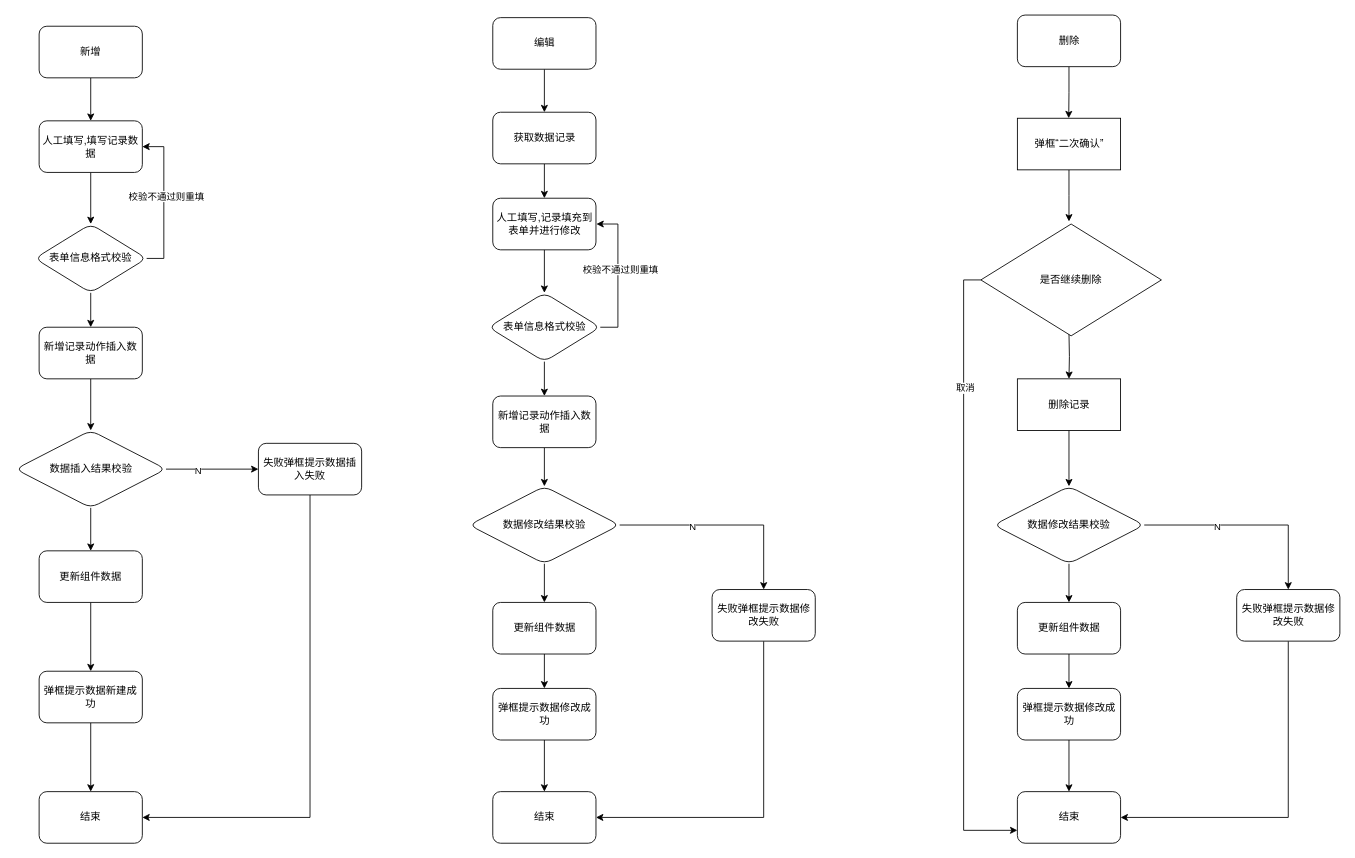
Above: 增删改.drawio in hey-weixy/diagrams (draw.io), before the change. Source tidied: cells renumbered, new cells numbered last; positions are measured from the earlier drawing's top-left corner, leaving out a move shared by most shapes. Both pictures are drawn from the tidied source at 86%, with x=0, y=0 at pixel (15, 15).
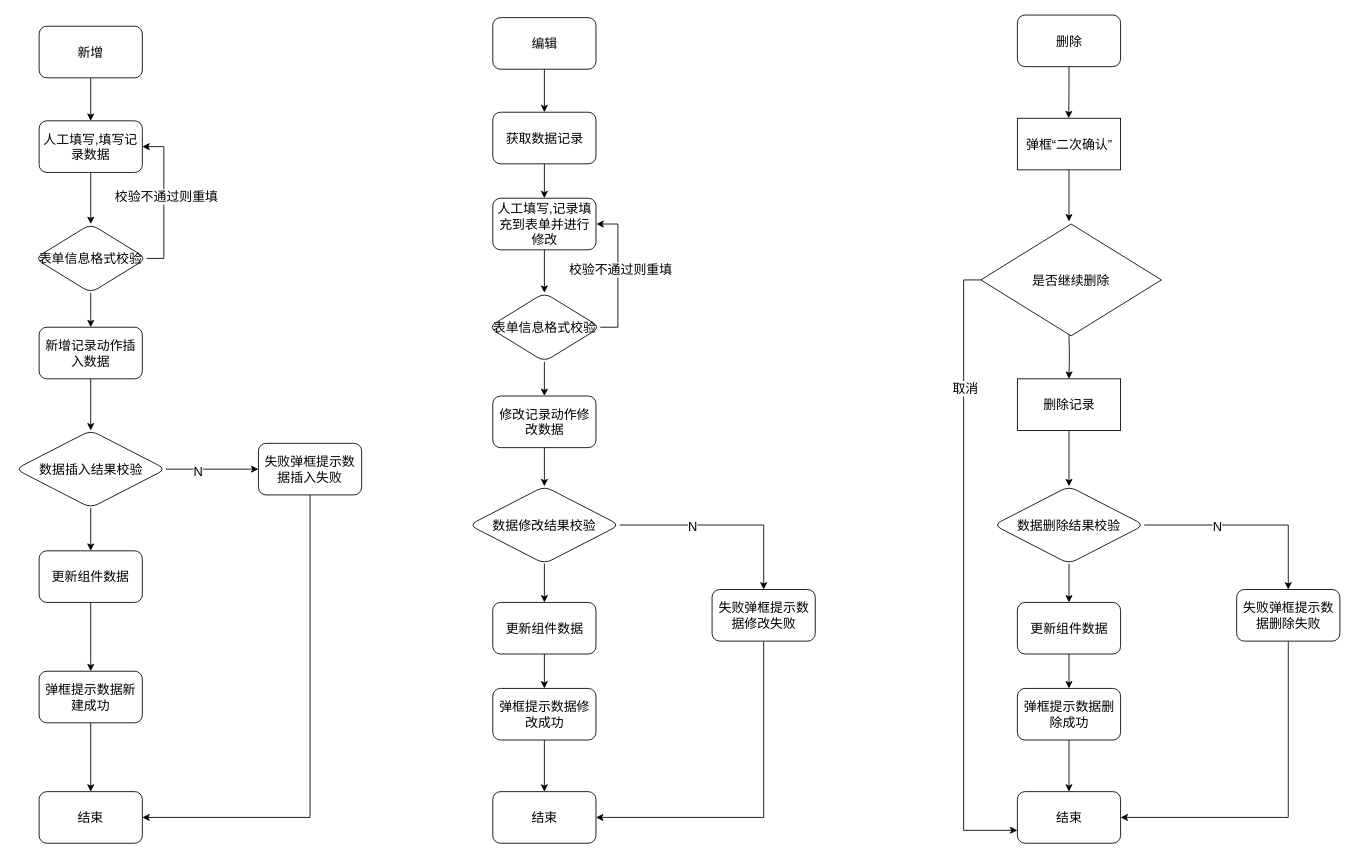
The same diagram, later.

The edit, as a diff of the source:
```diff
@@
-    <mxCell id="2" style="edgeStyle=orthogonalEdgeStyle;rounded=0;jettySize=auto;html=1;" parent="1" edge="1" source="3" target="5">
+    <mxCell id="2" style="edgeStyle=orthogonalEdgeStyle;rounded=0;jettySize=auto;html=1;fontSize=15;" parent="1" edge="1" source="3" target="5">
       <mxGeometry relative="1" as="geometry" />
     </mxCell>
-    <mxCell id="3" value="新增" style="rounded=1;whiteSpace=wrap;html=1;" parent="1" vertex="1">
+    <mxCell id="3" value="新增" style="rounded=1;whiteSpace=wrap;html=1;fontSize=15;" parent="1" vertex="1">
       <mxGeometry x="28" y="13" width="120" height="60" as="geometry" />
     </mxCell>
-    <mxCell id="4" style="edgeStyle=orthogonalEdgeStyle;rounded=0;jettySize=auto;html=1;" parent="1" edge="1" source="5" target="9">
+    <mxCell id="4" style="edgeStyle=orthogonalEdgeStyle;rounded=0;jettySize=auto;html=1;fontSize=15;" parent="1" edge="1" source="5" target="9">
       <mxGeometry relative="1" as="geometry" />
     </mxCell>
-    <mxCell id="5" value="人工填写,填写记录数据" style="whiteSpace=wrap;html=1;rounded=1;" parent="1" vertex="1">
+    <mxCell id="5" value="人工填写,填写记录数据" style="whiteSpace=wrap;html=1;rounded=1;fontSize=15;" parent="1" vertex="1">
       <mxGeometry x="28" y="123" width="120" height="60" as="geometry" />
     </mxCell>
-    <mxCell id="6" style="edgeStyle=orthogonalEdgeStyle;rounded=0;jettySize=auto;html=1;exitX=1;exitY=0.5;exitDx=0;exitDy=0;" parent="1" edge="1" source="9">
+    <mxCell id="6" style="edgeStyle=orthogonalEdgeStyle;rounded=0;jettySize=auto;html=1;exitX=1;exitY=0.5;exitDx=0;exitDy=0;fontSize=15;" parent="1" edge="1" source="9">
       <mxGeometry relative="1" as="geometry">
         <mxPoint x="148" y="153" as="targetPoint" />
         <Array as="points">
           <mxPoint x="173" y="283" />
           <mxPoint x="173" y="153" />
         </Array>
       </mxGeometry>
     </mxCell>
-    <mxCell id="7" value="校验不通过则重填" style="edgeLabel;html=1;align=center;verticalAlign=middle;" parent="6" vertex="1">
+    <mxCell id="7" value="校验不通过则重填" style="edgeLabel;html=1;align=center;verticalAlign=middle;fontSize=15;" parent="6" vertex="1">
       <mxGeometry x="0.06" y="-2" relative="1" as="geometry" />
     </mxCell>
-    <mxCell id="8" style="edgeStyle=orthogonalEdgeStyle;rounded=0;jettySize=auto;html=1;" parent="1" edge="1" source="9" target="11">
+    <mxCell id="8" style="edgeStyle=orthogonalEdgeStyle;rounded=0;jettySize=auto;html=1;fontSize=15;" parent="1" edge="1" source="9" target="11">
       <mxGeometry relative="1" as="geometry" />
     </mxCell>
-    <mxCell id="9" value="表单信息格式校验" style="rhombus;whiteSpace=wrap;html=1;rounded=1;" parent="1" vertex="1">
+    <mxCell id="9" value="表单信息格式校验" style="rhombus;whiteSpace=wrap;html=1;rounded=1;fontSize=15;" parent="1" vertex="1">
       <mxGeometry x="23" y="243" width="130" height="80" as="geometry" />
     </mxCell>
-    <mxCell id="10" style="edgeStyle=orthogonalEdgeStyle;rounded=0;jettySize=auto;html=1;" parent="1" edge="1" source="11" target="15">
+    <mxCell id="10" style="edgeStyle=orthogonalEdgeStyle;rounded=0;jettySize=auto;html=1;fontSize=15;" parent="1" edge="1" source="11" target="15">
       <mxGeometry relative="1" as="geometry" />
     </mxCell>
-    <mxCell id="11" value="新增记录动作插入数据" style="rounded=1;whiteSpace=wrap;html=1;" parent="1" vertex="1">
+    <mxCell id="11" value="新增记录动作插入数据" style="rounded=1;whiteSpace=wrap;html=1;fontSize=15;" parent="1" vertex="1">
       <mxGeometry x="28" y="363" width="120" height="60" as="geometry" />
     </mxCell>
-    <mxCell id="12" style="edgeStyle=orthogonalEdgeStyle;rounded=0;jettySize=auto;html=1;" parent="1" edge="1" source="15" target="17">
+    <mxCell id="12" style="edgeStyle=orthogonalEdgeStyle;rounded=0;jettySize=auto;html=1;fontSize=15;" parent="1" edge="1" source="15" target="17">
       <mxGeometry relative="1" as="geometry" />
     </mxCell>
-    <mxCell id="13" value="N" style="edgeLabel;html=1;align=center;verticalAlign=middle;" parent="12" vertex="1">
+    <mxCell id="13" value="N" style="edgeLabel;html=1;align=center;verticalAlign=middle;fontSize=15;" parent="12" vertex="1">
       <mxGeometry x="-0.31" y="-1" relative="1" as="geometry" />
     </mxCell>
-    <mxCell id="14" style="edgeStyle=orthogonalEdgeStyle;rounded=0;jettySize=auto;html=1;" parent="1" edge="1" source="15" target="19">
+    <mxCell id="14" style="edgeStyle=orthogonalEdgeStyle;rounded=0;jettySize=auto;html=1;fontSize=15;" parent="1" edge="1" source="15" target="19">
       <mxGeometry relative="1" as="geometry" />
     </mxCell>
-    <mxCell id="15" value="数据插入结果校验" style="rhombus;whiteSpace=wrap;html=1;rounded=1;" parent="1" vertex="1">
+    <mxCell id="15" value="数据插入结果校验" style="rhombus;whiteSpace=wrap;html=1;rounded=1;fontSize=15;" parent="1" vertex="1">
       <mxGeometry x="0.5" y="483" width="175" height="90" as="geometry" />
     </mxCell>
-    <mxCell id="16" style="edgeStyle=orthogonalEdgeStyle;rounded=0;jettySize=auto;html=1;entryX=1;entryY=0.5;entryDx=0;entryDy=0;" parent="1" edge="1" source="17" target="22">
+    <mxCell id="16" style="edgeStyle=orthogonalEdgeStyle;rounded=0;jettySize=auto;html=1;entryX=1;entryY=0.5;entryDx=0;entryDy=0;fontSize=15;" parent="1" edge="1" source="17" target="22">
       <mxGeometry relative="1" as="geometry">
         <Array as="points">
           <mxPoint x="343" y="933" />
         </Array>
       </mxGeometry>
     </mxCell>
-    <mxCell id="17" value="失败弹框提示数据插入失败" style="whiteSpace=wrap;html=1;rounded=1;" parent="1" vertex="1">
+    <mxCell id="17" value="失败弹框提示数据插入失败" style="whiteSpace=wrap;html=1;rounded=1;fontSize=15;" parent="1" vertex="1">
       <mxGeometry x="283" y="498" width="120" height="60" as="geometry" />
     </mxCell>
-    <mxCell id="18" style="edgeStyle=orthogonalEdgeStyle;rounded=0;jettySize=auto;html=1;" parent="1" edge="1" source="19" target="21">
+    <mxCell id="18" style="edgeStyle=orthogonalEdgeStyle;rounded=0;jettySize=auto;html=1;fontSize=15;" parent="1" edge="1" source="19" target="21">
       <mxGeometry relative="1" as="geometry" />
     </mxCell>
-    <mxCell id="19" value="更新组件数据" style="rounded=1;whiteSpace=wrap;html=1;" parent="1" vertex="1">
+    <mxCell id="19" value="更新组件数据" style="rounded=1;whiteSpace=wrap;html=1;fontSize=15;" parent="1" vertex="1">
       <mxGeometry x="28" y="623" width="120" height="60" as="geometry" />
     </mxCell>
-    <mxCell id="20" style="edgeStyle=orthogonalEdgeStyle;rounded=0;jettySize=auto;html=1;" parent="1" edge="1" source="21" target="22">
+    <mxCell id="20" style="edgeStyle=orthogonalEdgeStyle;rounded=0;jettySize=auto;html=1;fontSize=15;" parent="1" edge="1" source="21" target="22">
       <mxGeometry relative="1" as="geometry" />
     </mxCell>
-    <mxCell id="21" value="弹框提示数据新建成功" style="rounded=1;whiteSpace=wrap;html=1;" parent="1" vertex="1">
+    <mxCell id="21" value="弹框提示数据新建成功" style="rounded=1;whiteSpace=wrap;html=1;fontSize=15;" parent="1" vertex="1">
       <mxGeometry x="28" y="763" width="120" height="60" as="geometry" />
     </mxCell>
-    <mxCell id="22" value="结束" style="whiteSpace=wrap;html=1;rounded=1;" parent="1" vertex="1">
+    <mxCell id="22" value="结束" style="whiteSpace=wrap;html=1;rounded=1;fontSize=15;" parent="1" vertex="1">
       <mxGeometry x="28" y="903" width="120" height="60" as="geometry" />
     </mxCell>
-    <mxCell id="23" style="edgeStyle=orthogonalEdgeStyle;rounded=0;jettySize=auto;html=1;" parent="1" edge="1" source="24" target="45">
+    <mxCell id="23" style="edgeStyle=orthogonalEdgeStyle;rounded=0;jettySize=auto;html=1;fontSize=15;" parent="1" edge="1" source="24" target="45">
       <mxGeometry relative="1" as="geometry" />
     </mxCell>
-    <mxCell id="24" value="编辑" style="rounded=1;whiteSpace=wrap;html=1;" parent="1" vertex="1">
+    <mxCell id="24" value="编辑" style="rounded=1;whiteSpace=wrap;html=1;fontSize=15;" parent="1" vertex="1">
       <mxGeometry x="555.5" y="3" width="120" height="60" as="geometry" />
     </mxCell>
-    <mxCell id="25" style="edgeStyle=orthogonalEdgeStyle;rounded=0;jettySize=auto;html=1;" parent="1" edge="1" source="26" target="30">
+    <mxCell id="25" style="edgeStyle=orthogonalEdgeStyle;rounded=0;jettySize=auto;html=1;fontSize=15;" parent="1" edge="1" source="26" target="30">
       <mxGeometry relative="1" as="geometry" />
     </mxCell>
-    <mxCell id="26" value="人工填写,记录填充到表单并进行修改" style="whiteSpace=wrap;html=1;rounded=1;" parent="1" vertex="1">
+    <mxCell id="26" value="人工填写,记录填充到表单并进行修改" style="whiteSpace=wrap;html=1;rounded=1;fontSize=15;" parent="1" vertex="1">
       <mxGeometry x="555.5" y="213" width="120" height="60" as="geometry" />
     </mxCell>
-    <mxCell id="27" style="edgeStyle=orthogonalEdgeStyle;rounded=0;jettySize=auto;html=1;exitX=1;exitY=0.5;exitDx=0;exitDy=0;" parent="1" edge="1" source="30">
+    <mxCell id="27" style="edgeStyle=orthogonalEdgeStyle;rounded=0;jettySize=auto;html=1;exitX=1;exitY=0.5;exitDx=0;exitDy=0;fontSize=15;" parent="1" edge="1" source="30">
       <mxGeometry relative="1" as="geometry">
         <mxPoint x="676" y="243" as="targetPoint" />
         <Array as="points">
           <mxPoint x="701" y="363" />
           <mxPoint x="701" y="243" />
           <mxPoint x="676" y="243" />
         </Array>
       </mxGeometry>
     </mxCell>
-    <mxCell id="28" value="校验不通过则重填" style="edgeLabel;html=1;align=center;verticalAlign=middle;" parent="27" vertex="1">
+    <mxCell id="28" value="校验不通过则重填" style="edgeLabel;html=1;align=center;verticalAlign=middle;fontSize=15;" parent="27" vertex="1">
       <mxGeometry x="0.06" y="-2" relative="1" as="geometry" />
     </mxCell>
-    <mxCell id="29" style="edgeStyle=orthogonalEdgeStyle;rounded=0;jettySize=auto;html=1;" parent="1" edge="1" source="30" target="32">
+    <mxCell id="29" style="edgeStyle=orthogonalEdgeStyle;rounded=0;jettySize=auto;html=1;fontSize=15;" parent="1" edge="1" source="30" target="32">
       <mxGeometry relative="1" as="geometry" />
     </mxCell>
-    <mxCell id="30" value="表单信息格式校验" style="rhombus;whiteSpace=wrap;html=1;rounded=1;" parent="1" vertex="1">
+    <mxCell id="30" value="表单信息格式校验" style="rhombus;whiteSpace=wrap;html=1;rounded=1;fontSize=15;" parent="1" vertex="1">
       <mxGeometry x="550.5" y="323" width="130" height="80" as="geometry" />
     </mxCell>
-    <mxCell id="31" style="edgeStyle=orthogonalEdgeStyle;rounded=0;jettySize=auto;html=1;" parent="1" edge="1" source="32" target="36">
+    <mxCell id="31" style="edgeStyle=orthogonalEdgeStyle;rounded=0;jettySize=auto;html=1;fontSize=15;" parent="1" edge="1" source="32" target="36">
       <mxGeometry relative="1" as="geometry" />
     </mxCell>
-    <mxCell id="32" value="新增记录动作插入数据" style="rounded=1;whiteSpace=wrap;html=1;" parent="1" vertex="1">
+    <mxCell id="32" value="修改记录动作修改数据" style="rounded=1;whiteSpace=wrap;html=1;fontSize=15;" parent="1" vertex="1">
       <mxGeometry x="555.5" y="443" width="120" height="60" as="geometry" />
     </mxCell>
-    <mxCell id="33" style="edgeStyle=orthogonalEdgeStyle;rounded=0;jettySize=auto;html=1;" parent="1" edge="1" source="36" target="38">
+    <mxCell id="33" style="edgeStyle=orthogonalEdgeStyle;rounded=0;jettySize=auto;html=1;fontSize=15;" parent="1" edge="1" source="36" target="38">
       <mxGeometry relative="1" as="geometry" />
     </mxCell>
-    <mxCell id="34" value="N" style="edgeLabel;html=1;align=center;verticalAlign=middle;" parent="33" vertex="1">
+    <mxCell id="34" value="N" style="edgeLabel;html=1;align=center;verticalAlign=middle;fontSize=15;" parent="33" vertex="1">
       <mxGeometry x="-0.31" y="-1" relative="1" as="geometry" />
     </mxCell>
-    <mxCell id="35" style="edgeStyle=orthogonalEdgeStyle;rounded=0;jettySize=auto;html=1;" parent="1" edge="1" source="36" target="40">
+    <mxCell id="35" style="edgeStyle=orthogonalEdgeStyle;rounded=0;jettySize=auto;html=1;fontSize=15;" parent="1" edge="1" source="36" target="40">
       <mxGeometry relative="1" as="geometry" />
     </mxCell>
-    <mxCell id="36" value="数据修改结果校验" style="rhombus;whiteSpace=wrap;html=1;rounded=1;" parent="1" vertex="1">
+    <mxCell id="36" value="数据修改结果校验" style="rhombus;whiteSpace=wrap;html=1;rounded=1;fontSize=15;" parent="1" vertex="1">
       <mxGeometry x="528" y="548" width="175" height="90" as="geometry" />
     </mxCell>
-    <mxCell id="37" style="edgeStyle=orthogonalEdgeStyle;rounded=0;jettySize=auto;html=1;entryX=1;entryY=0.5;entryDx=0;entryDy=0;" parent="1" edge="1" source="38" target="43">
+    <mxCell id="37" style="edgeStyle=orthogonalEdgeStyle;rounded=0;jettySize=auto;html=1;entryX=1;entryY=0.5;entryDx=0;entryDy=0;fontSize=15;" parent="1" edge="1" source="38" target="43">
       <mxGeometry relative="1" as="geometry">
         <Array as="points">
           <mxPoint x="871" y="933" />
         </Array>
       </mxGeometry>
     </mxCell>
-    <mxCell id="38" value="失败弹框提示数据修改失败" style="whiteSpace=wrap;html=1;rounded=1;" parent="1" vertex="1">
+    <mxCell id="38" value="失败弹框提示数据修改失败" style="whiteSpace=wrap;html=1;rounded=1;fontSize=15;" parent="1" vertex="1">
       <mxGeometry x="810.5" y="668" width="120" height="60" as="geometry" />
     </mxCell>
-    <mxCell id="39" style="edgeStyle=orthogonalEdgeStyle;rounded=0;jettySize=auto;html=1;" parent="1" edge="1" source="40" target="42">
+    <mxCell id="39" style="edgeStyle=orthogonalEdgeStyle;rounded=0;jettySize=auto;html=1;fontSize=15;" parent="1" edge="1" source="40" target="42">
       <mxGeometry relative="1" as="geometry" />
     </mxCell>
-    <mxCell id="40" value="更新组件数据" style="rounded=1;whiteSpace=wrap;html=1;" parent="1" vertex="1">
+    <mxCell id="40" value="更新组件数据" style="rounded=1;whiteSpace=wrap;html=1;fontSize=15;" parent="1" vertex="1">
       <mxGeometry x="555.5" y="683" width="120" height="60" as="geometry" />
     </mxCell>
-    <mxCell id="41" style="edgeStyle=orthogonalEdgeStyle;rounded=0;jettySize=auto;html=1;" parent="1" edge="1" source="42" target="43">
+    <mxCell id="41" style="edgeStyle=orthogonalEdgeStyle;rounded=0;jettySize=auto;html=1;fontSize=15;" parent="1" edge="1" source="42" target="43">
       <mxGeometry relative="1" as="geometry" />
     </mxCell>
-    <mxCell id="42" value="弹框提示数据修改成功" style="rounded=1;whiteSpace=wrap;html=1;" parent="1" vertex="1">
+    <mxCell id="42" value="弹框提示数据修改成功" style="rounded=1;whiteSpace=wrap;html=1;fontSize=15;" parent="1" vertex="1">
       <mxGeometry x="555.5" y="783" width="120" height="60" as="geometry" />
     </mxCell>
-    <mxCell id="43" value="结束" style="whiteSpace=wrap;html=1;rounded=1;" parent="1" vertex="1">
+    <mxCell id="43" value="结束" style="whiteSpace=wrap;html=1;rounded=1;fontSize=15;" parent="1" vertex="1">
       <mxGeometry x="555.5" y="903" width="120" height="60" as="geometry" />
     </mxCell>
-    <mxCell id="44" style="edgeStyle=orthogonalEdgeStyle;rounded=0;jettySize=auto;html=1;" parent="1" edge="1" source="45" target="26">
+    <mxCell id="44" style="edgeStyle=orthogonalEdgeStyle;rounded=0;jettySize=auto;html=1;fontSize=15;" parent="1" edge="1" source="45" target="26">
       <mxGeometry relative="1" as="geometry" />
     </mxCell>
-    <mxCell id="45" value="获取数据记录" style="rounded=1;whiteSpace=wrap;html=1;" parent="1" vertex="1">
+    <mxCell id="45" value="获取数据记录" style="rounded=1;whiteSpace=wrap;html=1;fontSize=15;" parent="1" vertex="1">
       <mxGeometry x="555.5" y="113" width="120" height="60" as="geometry" />
     </mxCell>
-    <mxCell id="46" style="edgeStyle=orthogonalEdgeStyle;rounded=0;jettySize=auto;html=1;exitX=0.5;exitY=1;exitDx=0;exitDy=0;" parent="1" edge="1" source="47">
+    <mxCell id="46" style="edgeStyle=orthogonalEdgeStyle;rounded=0;jettySize=auto;html=1;exitX=0.5;exitY=1;exitDx=0;exitDy=0;fontSize=15;" parent="1" edge="1" source="47">
       <mxGeometry relative="1" as="geometry">
         <mxPoint x="1225.2" y="120" as="targetPoint" />
       </mxGeometry>
     </mxCell>
-    <mxCell id="47" value="删除" style="rounded=1;whiteSpace=wrap;html=1;" parent="1" vertex="1">
+    <mxCell id="47" value="删除" style="rounded=1;whiteSpace=wrap;html=1;fontSize=15;" parent="1" vertex="1">
       <mxGeometry x="1165.5" width="120" height="60" as="geometry" />
     </mxCell>
-    <mxCell id="48" style="edgeStyle=orthogonalEdgeStyle;rounded=0;jettySize=auto;html=1;" parent="1" edge="1" source="49">
+    <mxCell id="48" style="edgeStyle=orthogonalEdgeStyle;rounded=0;jettySize=auto;html=1;fontSize=15;" parent="1" edge="1" source="49">
       <mxGeometry relative="1" as="geometry">
         <mxPoint x="1225.5" y="240" as="targetPoint" />
       </mxGeometry>
     </mxCell>
-    <mxCell id="49" value="弹框“二次确认”" style="rounded=0;whiteSpace=wrap;html=1;" parent="1" vertex="1">
+    <mxCell id="49" value="弹框“二次确认”" style="rounded=0;whiteSpace=wrap;html=1;fontSize=15;" parent="1" vertex="1">
       <mxGeometry x="1165.5" y="120" width="120" height="60" as="geometry" />
     </mxCell>
-    <mxCell id="50" style="edgeStyle=orthogonalEdgeStyle;rounded=0;jettySize=auto;html=1;" parent="1" edge="1" target="55">
+    <mxCell id="50" style="edgeStyle=orthogonalEdgeStyle;rounded=0;jettySize=auto;html=1;fontSize=15;" parent="1" edge="1" target="55">
       <mxGeometry relative="1" as="geometry">
         <mxPoint x="1225.5" y="370" as="sourcePoint" />
       </mxGeometry>
     </mxCell>
-    <mxCell id="51" style="edgeStyle=orthogonalEdgeStyle;rounded=0;jettySize=auto;html=1;entryX=0;entryY=0.75;entryDx=0;entryDy=0;" parent="1" edge="1" source="53" target="66">
+    <mxCell id="51" style="edgeStyle=orthogonalEdgeStyle;rounded=0;jettySize=auto;html=1;entryX=0;entryY=0.75;entryDx=0;entryDy=0;fontSize=15;" parent="1" edge="1" source="53" target="66">
       <mxGeometry relative="1" as="geometry">
         <Array as="points">
           <mxPoint x="1103" y="308" />
           <mxPoint x="1103" y="948" />
         </Array>
       </mxGeometry>
     </mxCell>
-    <mxCell id="52" value="取消" style="edgeLabel;html=1;align=center;verticalAlign=middle;" parent="51" vertex="1">
+    <mxCell id="52" value="取消" style="edgeLabel;html=1;align=center;verticalAlign=middle;fontSize=15;" parent="51" vertex="1">
       <mxGeometry x="-0.6" y="1" relative="1" as="geometry" />
     </mxCell>
-    <mxCell id="53" value="是否继续删除" style="rhombus;whiteSpace=wrap;html=1;rounded=0;" parent="1" vertex="1">
+    <mxCell id="53" value="是否继续删除" style="rhombus;whiteSpace=wrap;html=1;rounded=0;fontSize=15;" parent="1" vertex="1">
       <mxGeometry x="1123" y="243" width="210" height="130" as="geometry" />
     </mxCell>
-    <mxCell id="54" style="edgeStyle=orthogonalEdgeStyle;rounded=0;jettySize=auto;html=1;" parent="1" edge="1" source="55" target="59">
+    <mxCell id="54" style="edgeStyle=orthogonalEdgeStyle;rounded=0;jettySize=auto;html=1;fontSize=15;" parent="1" edge="1" source="55" target="59">
       <mxGeometry relative="1" as="geometry" />
     </mxCell>
-    <mxCell id="55" value="删除记录" style="rounded=0;whiteSpace=wrap;html=1;" parent="1" vertex="1">
+    <mxCell id="55" value="删除记录" style="rounded=0;whiteSpace=wrap;html=1;fontSize=15;" parent="1" vertex="1">
       <mxGeometry x="1165.5" y="423" width="120" height="60" as="geometry" />
     </mxCell>
-    <mxCell id="56" style="edgeStyle=orthogonalEdgeStyle;rounded=0;jettySize=auto;html=1;" parent="1" edge="1" source="59" target="61">
+    <mxCell id="56" style="edgeStyle=orthogonalEdgeStyle;rounded=0;jettySize=auto;html=1;fontSize=15;" parent="1" edge="1" source="59" target="61">
       <mxGeometry relative="1" as="geometry" />
     </mxCell>
-    <mxCell id="57" value="N" style="edgeLabel;html=1;align=center;verticalAlign=middle;" parent="56" vertex="1">
+    <mxCell id="57" value="N" style="edgeLabel;html=1;align=center;verticalAlign=middle;fontSize=15;" parent="56" vertex="1">
       <mxGeometry x="-0.31" y="-1" relative="1" as="geometry" />
     </mxCell>
-    <mxCell id="58" style="edgeStyle=orthogonalEdgeStyle;rounded=0;jettySize=auto;html=1;" parent="1" edge="1" source="59" target="63">
+    <mxCell id="58" style="edgeStyle=orthogonalEdgeStyle;rounded=0;jettySize=auto;html=1;fontSize=15;" parent="1" edge="1" source="59" target="63">
       <mxGeometry relative="1" as="geometry" />
     </mxCell>
-    <mxCell id="59" value="数据修改结果校验" style="rhombus;whiteSpace=wrap;html=1;rounded=1;" parent="1" vertex="1">
+    <mxCell id="59" value="数据删除结果校验" style="rhombus;whiteSpace=wrap;html=1;rounded=1;fontSize=15;" parent="1" vertex="1">
       <mxGeometry x="1138" y="548" width="175" height="90" as="geometry" />
     </mxCell>
-    <mxCell id="60" style="edgeStyle=orthogonalEdgeStyle;rounded=0;jettySize=auto;html=1;entryX=1;entryY=0.5;entryDx=0;entryDy=0;" parent="1" edge="1" source="61" target="66">
+    <mxCell id="60" style="edgeStyle=orthogonalEdgeStyle;rounded=0;jettySize=auto;html=1;entryX=1;entryY=0.5;entryDx=0;entryDy=0;fontSize=15;" parent="1" edge="1" source="61" target="66">
       <mxGeometry relative="1" as="geometry">
         <Array as="points">
           <mxPoint x="1481" y="933" />
         </Array>
       </mxGeometry>
     </mxCell>
-    <mxCell id="61" value="失败弹框提示数据修改失败" style="whiteSpace=wrap;html=1;rounded=1;" parent="1" vertex="1">
+    <mxCell id="61" value="失败弹框提示数据删除失败" style="whiteSpace=wrap;html=1;rounded=1;fontSize=15;" parent="1" vertex="1">
       <mxGeometry x="1420.5" y="668" width="120" height="60" as="geometry" />
     </mxCell>
-    <mxCell id="62" style="edgeStyle=orthogonalEdgeStyle;rounded=0;jettySize=auto;html=1;" parent="1" edge="1" source="63" target="65">
+    <mxCell id="62" style="edgeStyle=orthogonalEdgeStyle;rounded=0;jettySize=auto;html=1;fontSize=15;" parent="1" edge="1" source="63" target="65">
       <mxGeometry relative="1" as="geometry" />
     </mxCell>
-    <mxCell id="63" value="更新组件数据" style="rounded=1;whiteSpace=wrap;html=1;" parent="1" vertex="1">
+    <mxCell id="63" value="更新组件数据" style="rounded=1;whiteSpace=wrap;html=1;fontSize=15;" parent="1" vertex="1">
       <mxGeometry x="1165.5" y="683" width="120" height="60" as="geometry" />
     </mxCell>
-    <mxCell id="64" style="edgeStyle=orthogonalEdgeStyle;rounded=0;jettySize=auto;html=1;" parent="1" edge="1" source="65" target="66">
+    <mxCell id="64" style="edgeStyle=orthogonalEdgeStyle;rounded=0;jettySize=auto;html=1;fontSize=15;" parent="1" edge="1" source="65" target="66">
       <mxGeometry relative="1" as="geometry" />
     </mxCell>
-    <mxCell id="65" value="弹框提示数据修改成功" style="rounded=1;whiteSpace=wrap;html=1;" parent="1" vertex="1">
+    <mxCell id="65" value="弹框提示数据删除成功" style="rounded=1;whiteSpace=wrap;html=1;fontSize=15;" parent="1" vertex="1">
       <mxGeometry x="1165.5" y="783" width="120" height="60" as="geometry" />
     </mxCell>
-    <mxCell id="66" value="结束" style="whiteSpace=wrap;html=1;rounded=1;" parent="1" vertex="1">
+    <mxCell id="66" value="结束" style="whiteSpace=wrap;html=1;rounded=1;fontSize=15;" parent="1" vertex="1">
       <mxGeometry x="1165.5" y="903" width="120" height="60" as="geometry" />
     </mxCell>
```
